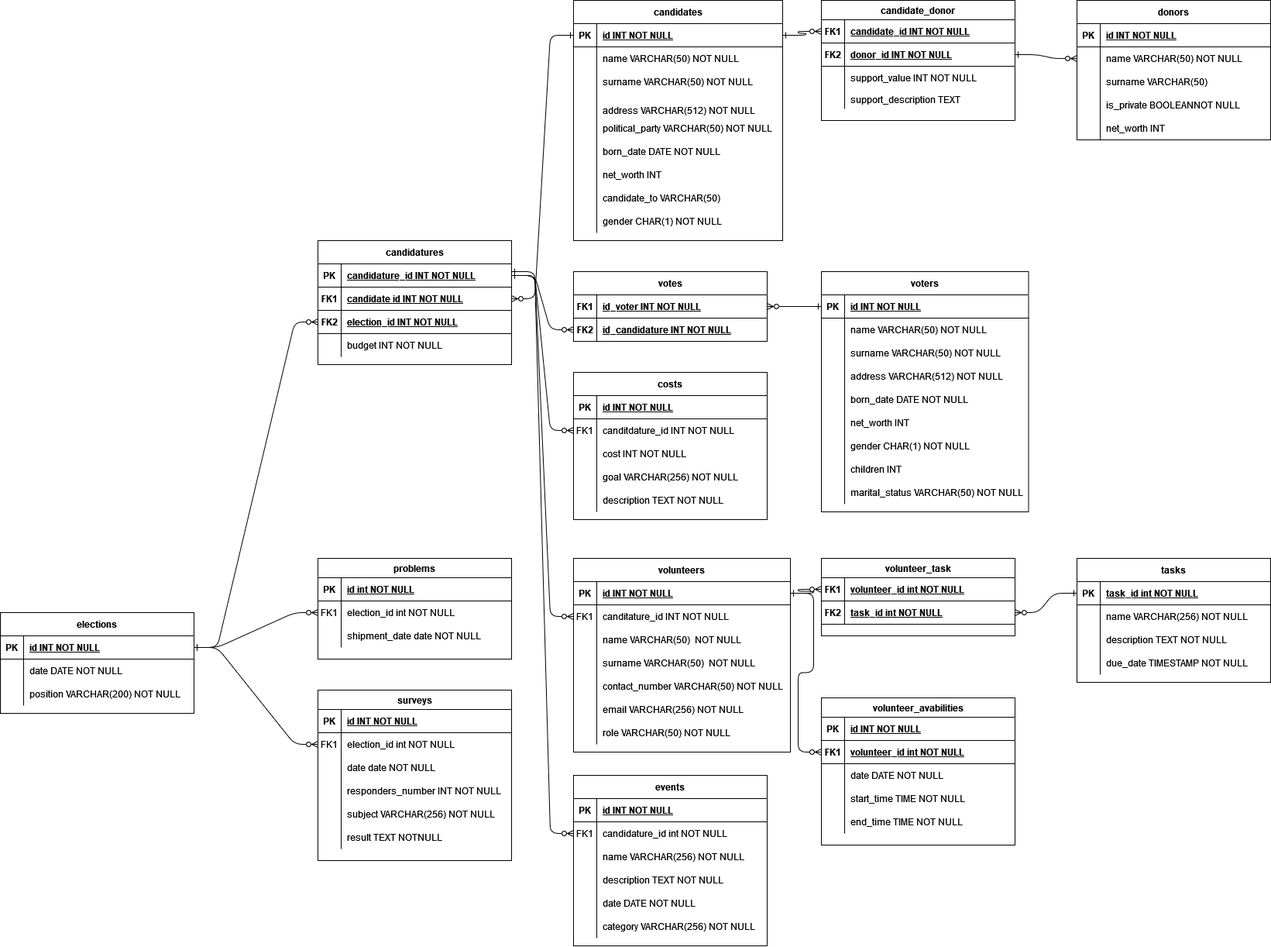
Earlier version of the draw.io export DB_Milosz_Czapla_HW_Political_Campaign_diagram.drawio.png (miloszczapla/Milosz_Czapla_AU24). Source tidied: cells renumbered, new cells last; positions are measured from the earlier drawing's top-left corner, leaving out a move shared by most shapes.
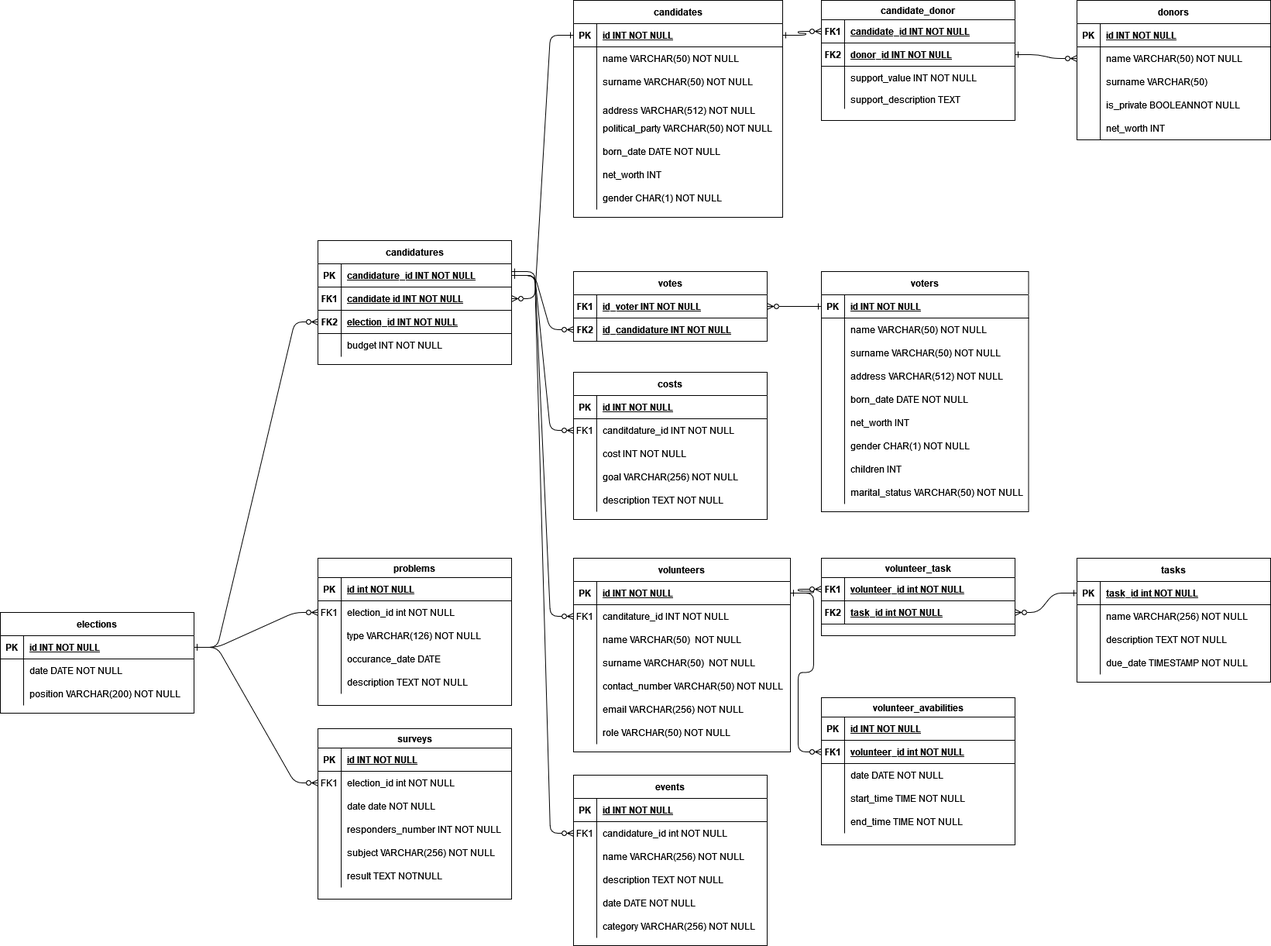
The same diagram one commit later.

Change to the diagram source:
```diff
@@ -141,7 +141,7 @@
       <mxGeometry x="30" width="220" height="30" as="geometry" />
     </mxCell>
     <mxCell id="48" value="candidates" style="shape=table;startSize=30;rowLines=0;fontStyle=1;align=center;" parent="1" vertex="1">
-      <mxGeometry x="740" width="270" height="310" as="geometry" />
+      <mxGeometry x="740" width="270" height="280" as="geometry" />
     </mxCell>
     <mxCell id="49" style="shape=partialRectangle;fillColor=none;points=[[0,0.5],[1,0.5]];portConstraint=eastwest;top=0;left=0;right=0;bottom=1;" parent="48" vertex="1">
       <mxGeometry y="30" width="270" height="30" as="geometry" />
@@ -206,17 +206,8 @@
     <mxCell id="69" value="net_worth INT" style="shape=partialRectangle;overflow=hidden;fillColor=none;top=0;left=0;bottom=0;right=0;align=left;spacingLeft=6;" parent="67" vertex="1">
       <mxGeometry x="30" width="240" height="30" as="geometry" />
     </mxCell>
-    <mxCell id="70" style="shape=partialRectangle;fillColor=none;top=0;left=0;right=0;bottom=0;" parent="48" vertex="1">
-      <mxGeometry y="240" width="270" height="30" as="geometry" />
-    </mxCell>
-    <mxCell id="71" style="shape=partialRectangle;overflow=hidden;fillColor=none;top=0;left=0;bottom=0;right=0;" parent="70" vertex="1">
-      <mxGeometry width="30" height="30" as="geometry" />
-    </mxCell>
-    <mxCell id="72" value="candidate_to VARCHAR(50)" style="shape=partialRectangle;overflow=hidden;fillColor=none;top=0;left=0;bottom=0;right=0;align=left;spacingLeft=6;" parent="70" vertex="1">
-      <mxGeometry x="30" width="240" height="30" as="geometry" />
-    </mxCell>
     <mxCell id="73" style="shape=partialRectangle;fillColor=none;top=0;left=0;right=0;bottom=0;" parent="48" vertex="1">
-      <mxGeometry y="270" width="270" height="30" as="geometry" />
+      <mxGeometry y="240" width="270" height="30" as="geometry" />
     </mxCell>
     <mxCell id="74" style="shape=partialRectangle;overflow=hidden;fillColor=none;top=0;left=0;bottom=0;right=0;" parent="73" vertex="1">
       <mxGeometry width="30" height="30" as="geometry" />
@@ -387,7 +378,7 @@
       <mxGeometry x="30" width="220" height="30" as="geometry" />
     </mxCell>
     <mxCell id="130" value="problems" style="shape=table;startSize=25;rowLines=0;fontStyle=1;align=center;" parent="1" vertex="1">
-      <mxGeometry x="410" y="720" width="250" height="130" as="geometry" />
+      <mxGeometry x="410" y="720" width="250" height="190" as="geometry" />
     </mxCell>
     <mxCell id="131" style="shape=partialRectangle;fillColor=none;top=0;left=0;right=0;bottom=1;" parent="130" vertex="1">
       <mxGeometry y="25" width="250" height="30" as="geometry" />
@@ -413,9 +404,27 @@
     <mxCell id="138" style="shape=partialRectangle;overflow=hidden;fillColor=none;top=0;left=0;bottom=0;right=0;" parent="137" vertex="1">
       <mxGeometry width="30" height="30" as="geometry" />
     </mxCell>
-    <mxCell id="139" value="shipment_date date NOT NULL" style="shape=partialRectangle;overflow=hidden;fillColor=none;top=0;left=0;bottom=0;right=0;align=left;spacingLeft=6;" parent="137" vertex="1">
+    <mxCell id="139" value="type VARCHAR(126) NOT NULL" style="shape=partialRectangle;overflow=hidden;fillColor=none;top=0;left=0;bottom=0;right=0;align=left;spacingLeft=6;" parent="137" vertex="1">
       <mxGeometry x="30" width="220" height="30" as="geometry" />
     </mxCell>
+    <mxCell id="253" style="shape=partialRectangle;fillColor=none;top=0;left=0;right=0;bottom=0;" parent="130" vertex="1">
+      <mxGeometry y="115" width="250" height="30" as="geometry" />
+    </mxCell>
+    <mxCell id="254" style="shape=partialRectangle;overflow=hidden;fillColor=none;top=0;left=0;bottom=0;right=0;" parent="253" vertex="1">
+      <mxGeometry width="30" height="30" as="geometry" />
+    </mxCell>
+    <mxCell id="255" value="occurance_date DATE" style="shape=partialRectangle;overflow=hidden;fillColor=none;top=0;left=0;bottom=0;right=0;align=left;spacingLeft=6;" parent="253" vertex="1">
+      <mxGeometry x="30" width="220" height="30" as="geometry" />
+    </mxCell>
+    <mxCell id="256" style="shape=partialRectangle;fillColor=none;top=0;left=0;right=0;bottom=0;" parent="130" vertex="1">
+      <mxGeometry y="145" width="250" height="30" as="geometry" />
+    </mxCell>
+    <mxCell id="257" style="shape=partialRectangle;overflow=hidden;fillColor=none;top=0;left=0;bottom=0;right=0;" parent="256" vertex="1">
+      <mxGeometry width="30" height="30" as="geometry" />
+    </mxCell>
+    <mxCell id="258" value="description TEXT NOT NULL" style="shape=partialRectangle;overflow=hidden;fillColor=none;top=0;left=0;bottom=0;right=0;align=left;spacingLeft=6;" parent="256" vertex="1">
+      <mxGeometry x="30" width="220" height="30" as="geometry" />
+    </mxCell>
     <mxCell id="140" value="volunteer_task" style="shape=table;startSize=25;rowLines=0;fontStyle=1;align=center;" parent="1" vertex="1">
       <mxGeometry x="1060" y="720" width="250" height="100" as="geometry" />
     </mxCell>
@@ -438,7 +447,7 @@
       <mxGeometry x="30" width="220" height="30" as="geometry" />
     </mxCell>
     <mxCell id="147" value="surveys" style="shape=table;startSize=25;rowLines=0;fontStyle=1;align=center;" parent="1" vertex="1">
-      <mxGeometry x="410" y="890" width="250" height="220" as="geometry" />
+      <mxGeometry x="410" y="940" width="250" height="220" as="geometry" />
     </mxCell>
     <mxCell id="148" style="shape=partialRectangle;fillColor=none;top=0;left=0;right=0;bottom=1;" parent="147" vertex="1">
       <mxGeometry y="25" width="250" height="30" as="geometry" />
```
